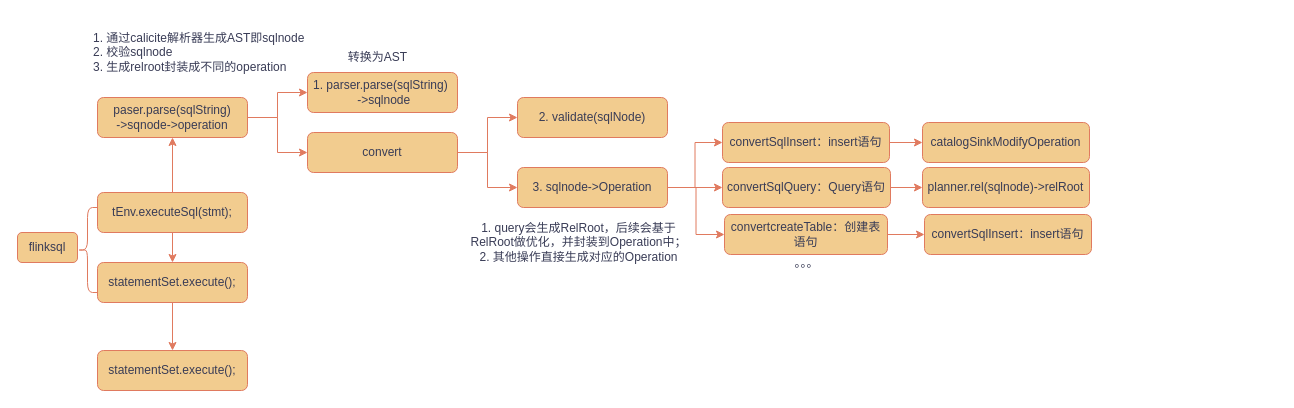
david-gao1/diagrams keeps this draw.io diagram as flink sql源码.drawio. Above is the earlier version. Source tidied: cells renumbered, new cells numbered last; positions are measured from the earlier drawing's top-left corner, leaving out a move shared by most shapes. Both pictures are drawn from the tidied source at 100%, with x=0, y=0 at pixel (17, 22).
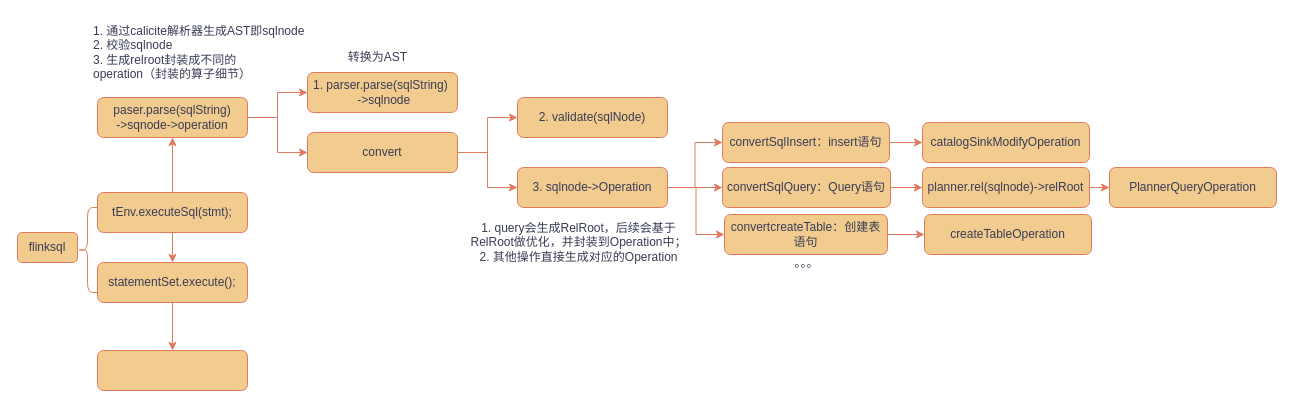
After the change.

The change refers to these unchanged cells:
```xml
<mxCell id="31" value="planner.rel(sqlnode)-&amp;gt;relRoot" style="rounded=1;whiteSpace=wrap;html=1;labelBackgroundColor=none;fillColor=#F2CC8F;strokeColor=#E07A5F;fontColor=#393C56;" parent="1" vertex="1">
  <mxGeometry x="905" y="145" width="167" height="40" as="geometry" />
</mxCell>
```

The edit, as a diff of the source:
```diff
@@
-    <mxCell id="12" value="1. 通过calicite解析器生成AST即sqlnode&lt;br&gt;2. 校验sqlnode&lt;br&gt;3. 生成relroot封装成不同的operation" style="text;html=1;align=left;verticalAlign=middle;strokeColor=none;fillColor=none;labelBackgroundColor=none;fontColor=#393C56;" parent="1" vertex="1">
-      <mxGeometry x="74" width="230" height="60" as="geometry" />
+    <mxCell id="12" value="1. 通过calicite解析器生成AST即sqlnode&lt;br&gt;2. 校验sqlnode&lt;br&gt;3. 生成relroot封装成不同的&lt;br&gt;operation（封装的算子细节）" style="text;html=1;align=left;verticalAlign=middle;strokeColor=none;fillColor=none;labelBackgroundColor=none;fontColor=#393C56;" parent="1" vertex="1">
+      <mxGeometry x="74" y="-5" width="229" height="70" as="geometry" />
     </mxCell>
@@
-    <mxCell id="30" value="statementSet.execute();" style="rounded=1;whiteSpace=wrap;html=1;labelBackgroundColor=none;fillColor=#F2CC8F;strokeColor=#E07A5F;fontColor=#393C56;" parent="1" vertex="1">
+    <mxCell id="30" style="rounded=1;whiteSpace=wrap;html=1;labelBackgroundColor=none;fillColor=#F2CC8F;strokeColor=#E07A5F;fontColor=#393C56;" parent="1" vertex="1">
       <mxGeometry x="80" y="328" width="150" height="40" as="geometry" />
     </mxCell>
+    <mxCell id="35" style="edgeStyle=orthogonalEdgeStyle;rounded=0;jettySize=auto;html=1;strokeColor=#E07A5F;fontColor=#393C56;fillColor=#F2CC8F;" parent="1" edge="1" source="31" target="36">
+      <mxGeometry relative="1" as="geometry" />
+    </mxCell>
@@
-    <mxCell id="32" value="convertSqlInsert：insert语句" style="rounded=1;whiteSpace=wrap;html=1;labelBackgroundColor=none;fillColor=#F2CC8F;strokeColor=#E07A5F;fontColor=#393C56;" parent="1" vertex="1">
+    <mxCell id="32" value="createTableOperation" style="rounded=1;whiteSpace=wrap;html=1;labelBackgroundColor=none;fillColor=#F2CC8F;strokeColor=#E07A5F;fontColor=#393C56;" parent="1" vertex="1">
       <mxGeometry x="907" y="192" width="167" height="40" as="geometry" />
     </mxCell>
@@
+    <mxCell id="36" value="PlannerQueryOperation" style="rounded=1;whiteSpace=wrap;html=1;labelBackgroundColor=none;fillColor=#F2CC8F;strokeColor=#E07A5F;fontColor=#393C56;" parent="1" vertex="1">
+      <mxGeometry x="1092" y="145" width="167" height="40" as="geometry" />
+    </mxCell>
```
